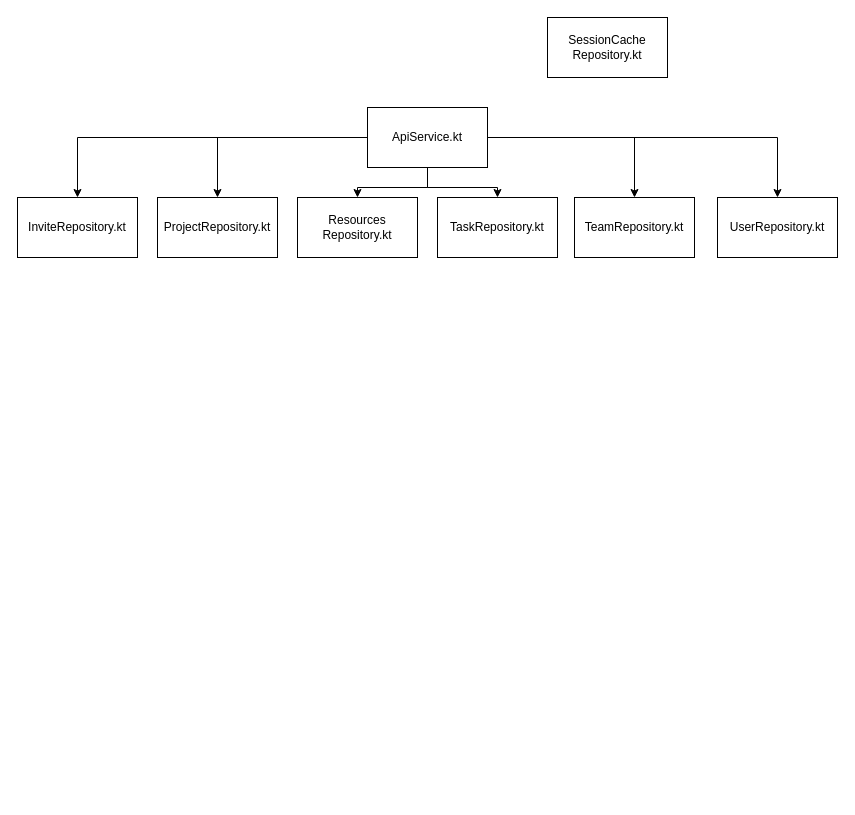
The draw.io diagram UseCase.drawio in ShemenV/TicktMobile, before the edit. Source tidied: cells renumbered, new cells numbered last; positions are measured from the earlier drawing's top-left corner, leaving out a move shared by most shapes. Both pictures are drawn from the tidied source at 100%, with x=0, y=0 at pixel (17, 17).
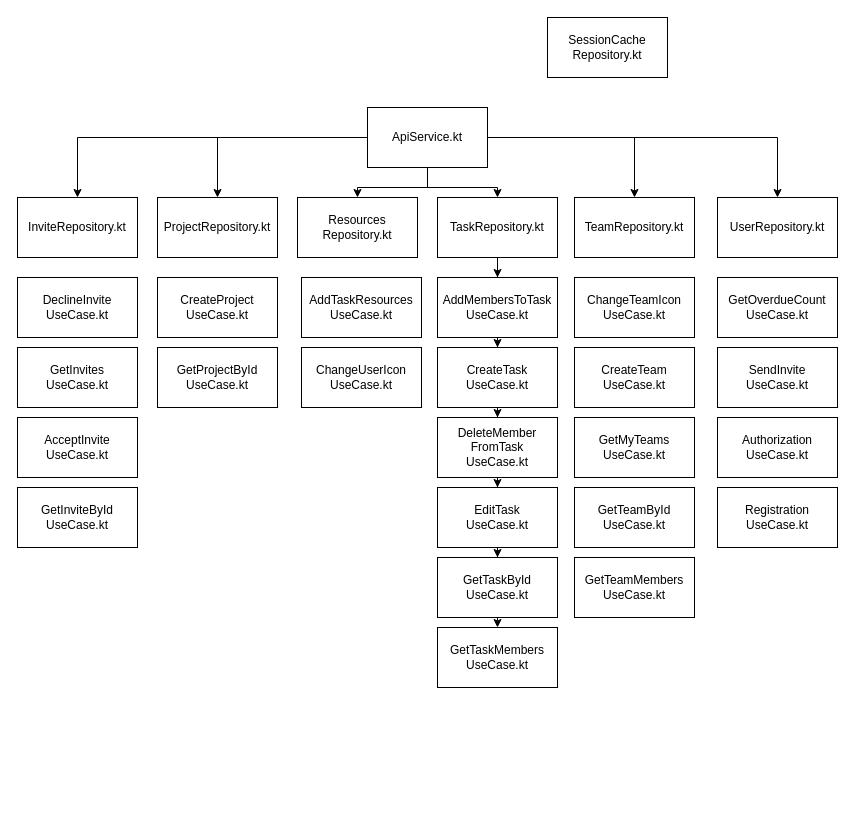
Above is the later version.

The change refers to these unchanged cells:
```xml
<mxCell id="13" value="TaskRepository.kt" style="rounded=0;whiteSpace=wrap;html=1;" parent="1" vertex="1">
  <mxGeometry x="420" y="180" width="120" height="60" as="geometry" />
</mxCell>
```

The edit, as a diff of the source:
```diff
@@
+    <mxCell id="16" style="edgeStyle=orthogonalEdgeStyle;rounded=0;jettySize=auto;html=1;" parent="1" edge="1" source="13" target="31">
+      <mxGeometry relative="1" as="geometry" />
+    </mxCell>
+    <mxCell id="17" style="edgeStyle=orthogonalEdgeStyle;rounded=0;jettySize=auto;html=1;entryX=0.5;entryY=0;entryDx=0;entryDy=0;" parent="1" edge="1" source="13" target="32">
+      <mxGeometry relative="1" as="geometry" />
+    </mxCell>
+    <mxCell id="18" style="edgeStyle=orthogonalEdgeStyle;rounded=0;jettySize=auto;html=1;entryX=0.5;entryY=0;entryDx=0;entryDy=0;" parent="1" edge="1" source="13" target="33">
+      <mxGeometry relative="1" as="geometry" />
+    </mxCell>
+    <mxCell id="19" style="edgeStyle=orthogonalEdgeStyle;rounded=0;jettySize=auto;html=1;entryX=0.5;entryY=0;entryDx=0;entryDy=0;" parent="1" edge="1" source="13" target="34">
+      <mxGeometry relative="1" as="geometry" />
+    </mxCell>
+    <mxCell id="20" style="edgeStyle=orthogonalEdgeStyle;rounded=0;jettySize=auto;html=1;entryX=0.5;entryY=0;entryDx=0;entryDy=0;" parent="1" edge="1" source="13" target="35">
+      <mxGeometry relative="1" as="geometry" />
+    </mxCell>
+    <mxCell id="21" style="edgeStyle=orthogonalEdgeStyle;rounded=0;jettySize=auto;html=1;entryX=0.5;entryY=0;entryDx=0;entryDy=0;" parent="1" edge="1" source="13" target="36">
+      <mxGeometry relative="1" as="geometry" />
+    </mxCell>
@@
+    <mxCell id="22" style="text;whiteSpace=wrap;html=1;" parent="1" vertex="1">
+      <mxGeometry x="290" y="730" width="60" height="50" as="geometry" />
+    </mxCell>
+    <mxCell id="23" value="&lt;div&gt;AcceptInvite&lt;/div&gt;&lt;div&gt;UseCase.kt&lt;/div&gt;" style="rounded=0;whiteSpace=wrap;html=1;" parent="1" vertex="1">
+      <mxGeometry y="400" width="120" height="60" as="geometry" />
+    </mxCell>
+    <mxCell id="24" value="&lt;div&gt;GetInviteById&lt;/div&gt;&lt;div&gt;UseCase.kt&lt;/div&gt;" style="rounded=0;whiteSpace=wrap;html=1;" parent="1" vertex="1">
+      <mxGeometry y="470" width="120" height="60" as="geometry" />
+    </mxCell>
+    <mxCell id="25" value="&lt;div&gt;DeclineInvite&lt;/div&gt;&lt;div&gt;UseCase.kt&lt;/div&gt;" style="rounded=0;whiteSpace=wrap;html=1;" parent="1" vertex="1">
+      <mxGeometry y="260" width="120" height="60" as="geometry" />
+    </mxCell>
+    <mxCell id="26" value="&lt;div&gt;GetInvites&lt;/div&gt;&lt;div&gt;UseCase.kt&lt;/div&gt;" style="rounded=0;whiteSpace=wrap;html=1;" parent="1" vertex="1">
+      <mxGeometry y="330" width="120" height="60" as="geometry" />
+    </mxCell>
+    <mxCell id="27" value="&lt;div&gt;CreateProject&lt;/div&gt;&lt;div&gt;UseCase.kt&lt;/div&gt;" style="rounded=0;whiteSpace=wrap;html=1;" parent="1" vertex="1">
+      <mxGeometry x="140" y="260" width="120" height="60" as="geometry" />
+    </mxCell>
+    <mxCell id="28" value="&lt;div&gt;GetProjectById&lt;/div&gt;&lt;div&gt;UseCase.kt&lt;/div&gt;" style="rounded=0;whiteSpace=wrap;html=1;" parent="1" vertex="1">
+      <mxGeometry x="140" y="330" width="120" height="60" as="geometry" />
+    </mxCell>
+    <mxCell id="29" value="&lt;div&gt;AddTaskResources&lt;/div&gt;&lt;div&gt;UseCase.kt&lt;/div&gt;" style="rounded=0;whiteSpace=wrap;html=1;" parent="1" vertex="1">
+      <mxGeometry x="284" y="260" width="120" height="60" as="geometry" />
+    </mxCell>
+    <mxCell id="30" value="&lt;div&gt;ChangeUserIcon&lt;/div&gt;&lt;div&gt;UseCase.kt&lt;/div&gt;" style="rounded=0;whiteSpace=wrap;html=1;" parent="1" vertex="1">
+      <mxGeometry x="284" y="330" width="120" height="60" as="geometry" />
+    </mxCell>
+    <mxCell id="31" value="&lt;div&gt;AddMembersToTask&lt;/div&gt;&lt;div&gt;UseCase.kt&lt;/div&gt;" style="rounded=0;whiteSpace=wrap;html=1;" parent="1" vertex="1">
+      <mxGeometry x="420" y="260" width="120" height="60" as="geometry" />
+    </mxCell>
+    <mxCell id="32" value="&lt;div&gt;CreateTask&lt;/div&gt;&lt;div&gt;UseCase.kt&lt;/div&gt;" style="rounded=0;whiteSpace=wrap;html=1;" parent="1" vertex="1">
+      <mxGeometry x="420" y="330" width="120" height="60" as="geometry" />
+    </mxCell>
+    <mxCell id="33" value="&lt;div&gt;DeleteMember&lt;/div&gt;&lt;div&gt;FromTask&lt;/div&gt;&lt;div&gt;UseCase.kt&lt;/div&gt;" style="rounded=0;whiteSpace=wrap;html=1;" parent="1" vertex="1">
+      <mxGeometry x="420" y="400" width="120" height="60" as="geometry" />
+    </mxCell>
+    <mxCell id="34" value="&lt;div&gt;EditTask&lt;/div&gt;&lt;div&gt;UseCase.kt&lt;/div&gt;" style="rounded=0;whiteSpace=wrap;html=1;" parent="1" vertex="1">
+      <mxGeometry x="420" y="470" width="120" height="60" as="geometry" />
+    </mxCell>
+    <mxCell id="35" value="&lt;div&gt;GetTaskById&lt;/div&gt;&lt;div&gt;UseCase.kt&lt;/div&gt;" style="rounded=0;whiteSpace=wrap;html=1;" parent="1" vertex="1">
+      <mxGeometry x="420" y="540" width="120" height="60" as="geometry" />
+    </mxCell>
+    <mxCell id="36" value="&lt;div&gt;GetTaskMembers&lt;/div&gt;&lt;div&gt;UseCase.kt&lt;/div&gt;" style="rounded=0;whiteSpace=wrap;html=1;" parent="1" vertex="1">
+      <mxGeometry x="420" y="610" width="120" height="60" as="geometry" />
+    </mxCell>
+    <mxCell id="37" value="&lt;div&gt;ChangeTeamIcon&lt;/div&gt;&lt;div&gt;UseCase.kt&lt;/div&gt;" style="rounded=0;whiteSpace=wrap;html=1;" parent="1" vertex="1">
+      <mxGeometry x="557" y="260" width="120" height="60" as="geometry" />
+    </mxCell>
+    <mxCell id="38" value="&lt;div&gt;CreateTeam&lt;/div&gt;&lt;div&gt;UseCase.kt&lt;/div&gt;" style="rounded=0;whiteSpace=wrap;html=1;" parent="1" vertex="1">
+      <mxGeometry x="557" y="330" width="120" height="60" as="geometry" />
+    </mxCell>
+    <mxCell id="39" value="&lt;div&gt;GetMyTeams&lt;/div&gt;&lt;div&gt;UseCase.kt&lt;/div&gt;" style="rounded=0;whiteSpace=wrap;html=1;" parent="1" vertex="1">
+      <mxGeometry x="557" y="400" width="120" height="60" as="geometry" />
+    </mxCell>
+    <mxCell id="40" value="&lt;div&gt;GetTeamById&lt;/div&gt;&lt;div&gt;UseCase.kt&lt;/div&gt;" style="rounded=0;whiteSpace=wrap;html=1;" parent="1" vertex="1">
+      <mxGeometry x="557" y="470" width="120" height="60" as="geometry" />
+    </mxCell>
+    <mxCell id="41" value="&lt;div&gt;GetTeamMembers&lt;/div&gt;&lt;div&gt;UseCase.kt&lt;/div&gt;" style="rounded=0;whiteSpace=wrap;html=1;" parent="1" vertex="1">
+      <mxGeometry x="557" y="540" width="120" height="60" as="geometry" />
+    </mxCell>
+    <mxCell id="42" value="&lt;div&gt;GetOverdueCount&lt;/div&gt;&lt;div&gt;UseCase.kt&lt;/div&gt;" style="rounded=0;whiteSpace=wrap;html=1;" parent="1" vertex="1">
+      <mxGeometry x="700" y="260" width="120" height="60" as="geometry" />
+    </mxCell>
+    <mxCell id="43" value="&lt;div&gt;SendInvite&lt;/div&gt;&lt;div&gt;UseCase.kt&lt;/div&gt;" style="rounded=0;whiteSpace=wrap;html=1;" parent="1" vertex="1">
+      <mxGeometry x="700" y="330" width="120" height="60" as="geometry" />
+    </mxCell>
+    <mxCell id="44" value="&lt;div&gt;Authorization&lt;/div&gt;&lt;div&gt;UseCase.kt&lt;/div&gt;" style="rounded=0;whiteSpace=wrap;html=1;" parent="1" vertex="1">
+      <mxGeometry x="700" y="400" width="120" height="60" as="geometry" />
+    </mxCell>
+    <mxCell id="45" value="&lt;div&gt;Registration&lt;/div&gt;&lt;div&gt;UseCase.kt&lt;/div&gt;" style="rounded=0;whiteSpace=wrap;html=1;" parent="1" vertex="1">
+      <mxGeometry x="700" y="470" width="120" height="60" as="geometry" />
+    </mxCell>
```
